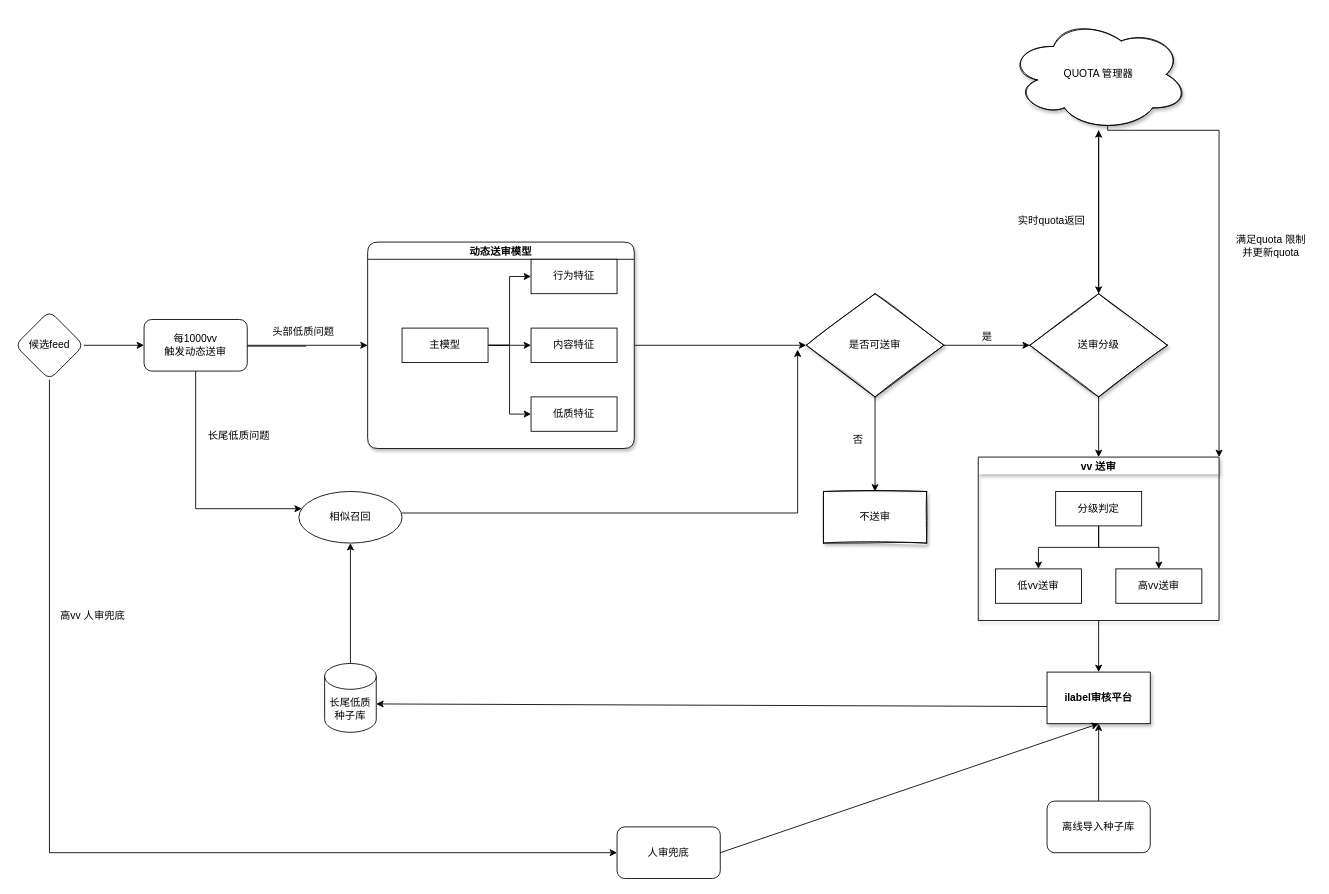
CaryXiang/model_flow keeps this draw.io diagram as Untitled Diagram.drawio. Above is the earlier version. Source tidied: cells renumbered, new cells numbered last; positions are measured from the earlier drawing's top-left corner, leaving out a move shared by most shapes. Both pictures are drawn from the tidied source at 86%, with x=0, y=0 at pixel (15, 18).
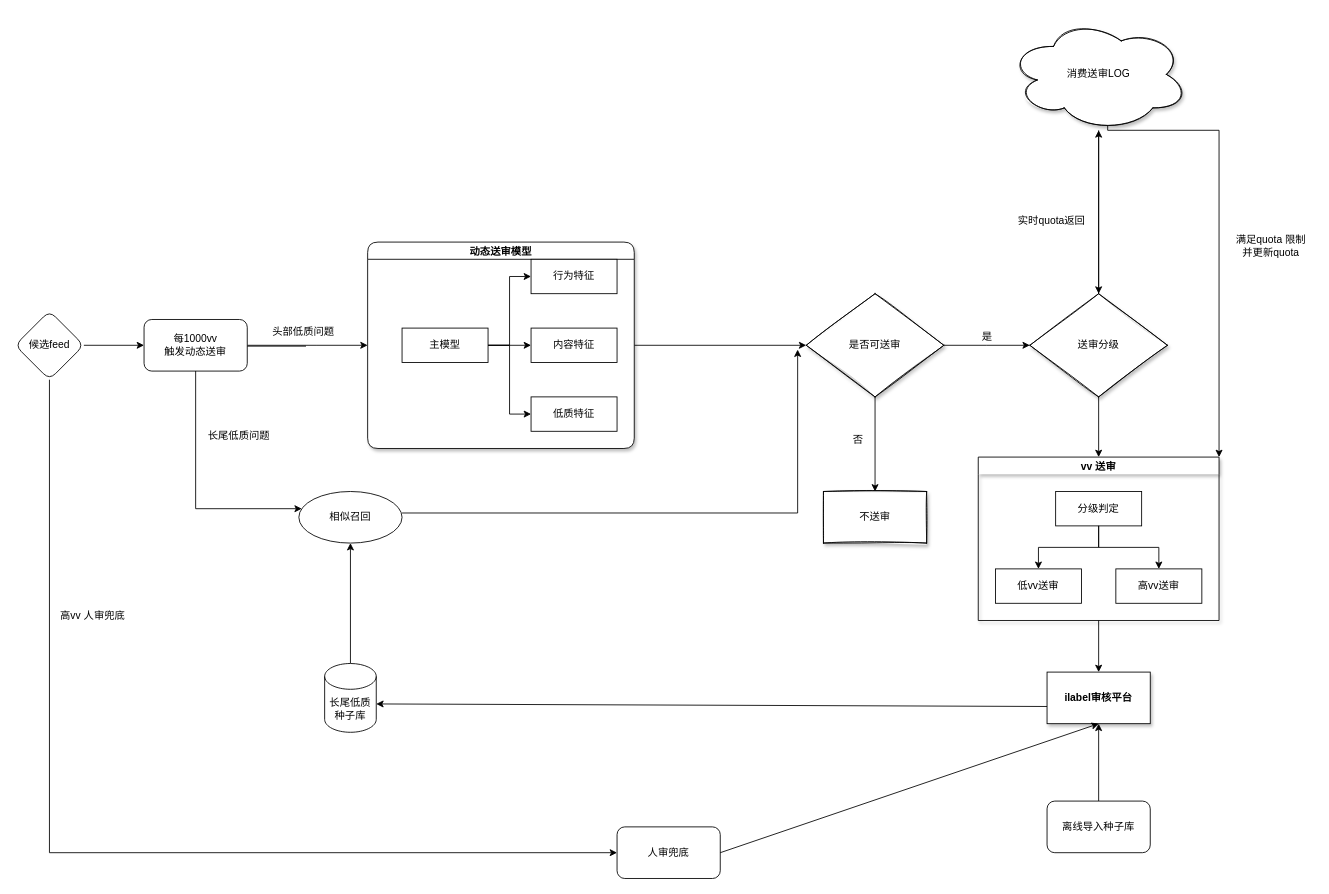
Above is the later version.

What changed in the source:
```diff
@@
-    <mxCell id="28" value="QUOTA 管理器" style="ellipse;shape=cloud;whiteSpace=wrap;html=1;fillColor=default;shadow=1;sketch=1;" parent="1" vertex="1">
+    <mxCell id="28" value="消费送审LOG" style="ellipse;shape=cloud;whiteSpace=wrap;html=1;fillColor=default;shadow=1;sketch=1;" parent="1" vertex="1">
       <mxGeometry x="1155" width="210" height="130" as="geometry" />
     </mxCell>
```
